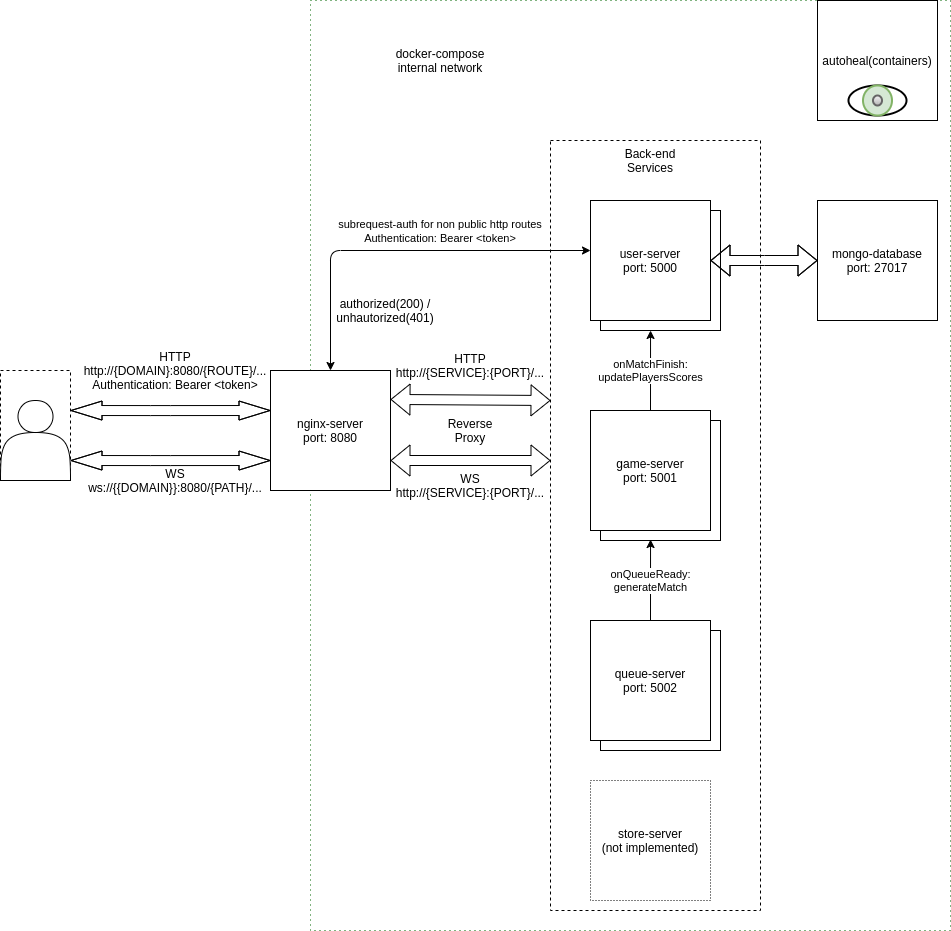
esteveslima/xswords keeps this draw.io diagram as assets/diagram/xswords-docker-compose-structure.png. Above is the earlier version. Source tidied: cells renumbered, new cells last; positions are measured from the earlier drawing's top-left corner, leaving out a move shared by most shapes.
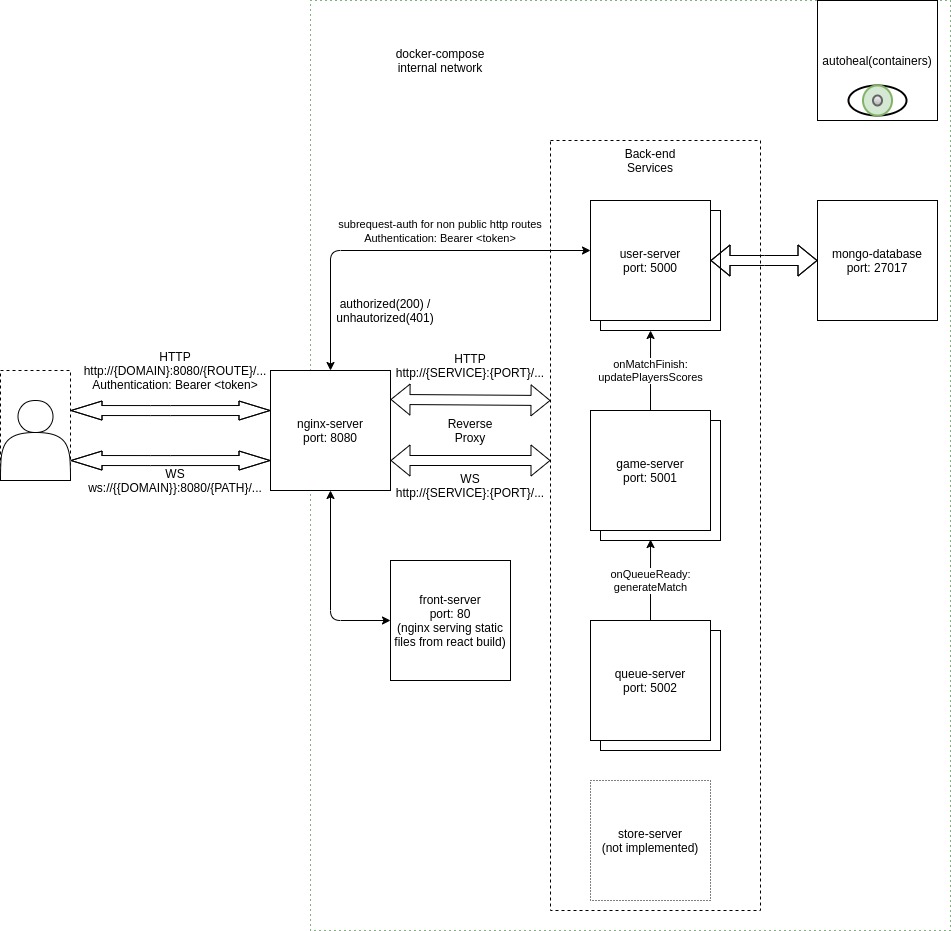
The same file after the commit.

What changed in the source:
```diff
@@ -132,5 +132,15 @@
     <mxCell id="36" value="Reverse Proxy" style="text;html=1;strokeColor=none;fillColor=none;align=center;verticalAlign=middle;whiteSpace=wrap;rounded=0;dashed=1;dashPattern=1 2;" parent="1" vertex="1">
       <mxGeometry x="450" y="420" width="40" height="20" as="geometry" />
     </mxCell>
+    <mxCell id="37" value="front-server&lt;br&gt;port: 80&lt;br&gt;(nginx serving static files from react build)" style="whiteSpace=wrap;html=1;" parent="1" vertex="1">
+      <mxGeometry x="390" y="560" width="120" height="120" as="geometry" />
+    </mxCell>
+    <mxCell id="38" style="endArrow=classic;startArrow=classic;html=1;exitX=0;exitY=0.5;exitDx=0;exitDy=0;entryX=0.5;entryY=1;entryDx=0;entryDy=0;" parent="1" edge="1" source="37" target="9">
+      <mxGeometry relative="1" as="geometry">
+        <Array as="points">
+          <mxPoint x="330" y="620" />
+        </Array>
+      </mxGeometry>
+    </mxCell>
   </root>
 </mxGraphModel>
```
